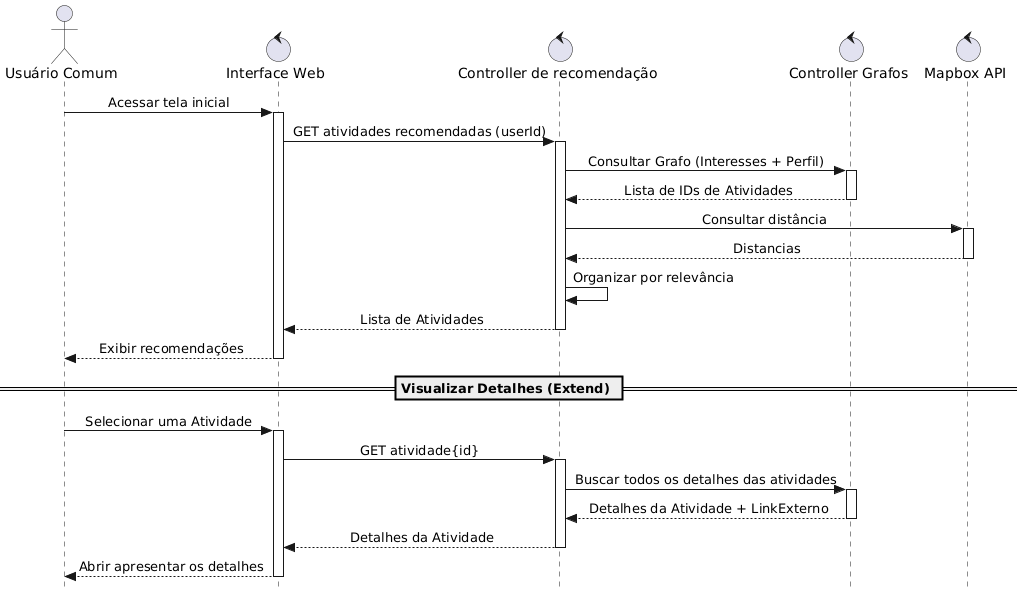
This is Modelagem/Outputs(Imagens)/Diagrama de Sequencia.png from J-B-Works/Wisp, a PlantUML export, as it was before one commit.
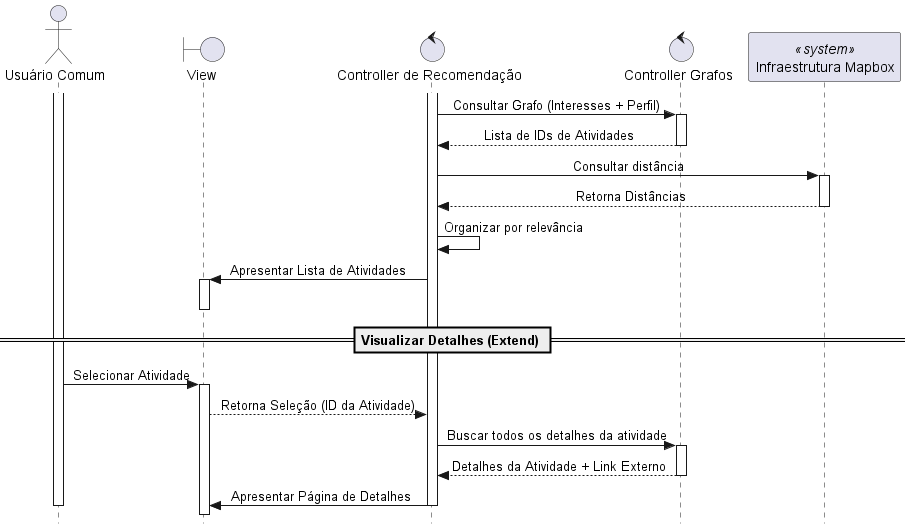
The same file after the commit.

Diff of the diagram source:
```diff
@@ -3,15 +3,12 @@
     skinparam sequenceMessageAlign center
 
     actor "Usuário Comum" as User
-    control "Interface Web" as Web
-    control "Controller de recomendação" as API
+    boundary "View" as View
+    control "Controller de Recomendação" as API
     control "Controller Grafos" as GF
-    control "Mapbox API" as Map
+    participant "Infraestrutura Mapbox" as Map <<system>>
 
-    User -> Web : Acessar tela inicial
-    activate Web
-
-    Web -> API : GET atividades recomendadas (userId)
+    activate User
     activate API
 
     API -> GF : Consultar Grafo (Interesses + Perfil)
@@ -21,28 +18,29 @@
 
     API -> Map : Consultar distância
     activate Map
-    Map --> API : Distancias
+    Map --> API : Retorna Distâncias
     deactivate Map
 
     API -> API : Organizar por relevância
-    API --> Web : Lista de Atividades
-    deactivate API
 
-    Web --> User : Exibir recomendações
-    deactivate Web
+    API -> View : Apresentar Lista de Atividades
+    activate View
+    deactivate View
 
     == Visualizar Detalhes (Extend) ==
 
-    User -> Web : Selecionar uma Atividade
-    activate Web
-    Web -> API : GET atividade{id}
-    activate API
-    API -> GF : Buscar todos os detalhes das atividades
+    User -> View : Selecionar Atividade
+    activate View
+
+    View --> API : Retorna Seleção (ID da Atividade)
+
+    API -> GF : Buscar todos os detalhes da atividade
     activate GF
-    GF --> API : Detalhes da Atividade + LinkExterno
+    GF --> API : Detalhes da Atividade + Link Externo
     deactivate GF
-    API --> Web : Detalhes da Atividade
+
+    API -> View : Apresentar Página de Detalhes
     deactivate API
-    Web --> User : Abrir apresentar os detalhes
-deactivate Web
+    deactivate User
+
 @enduml
```
